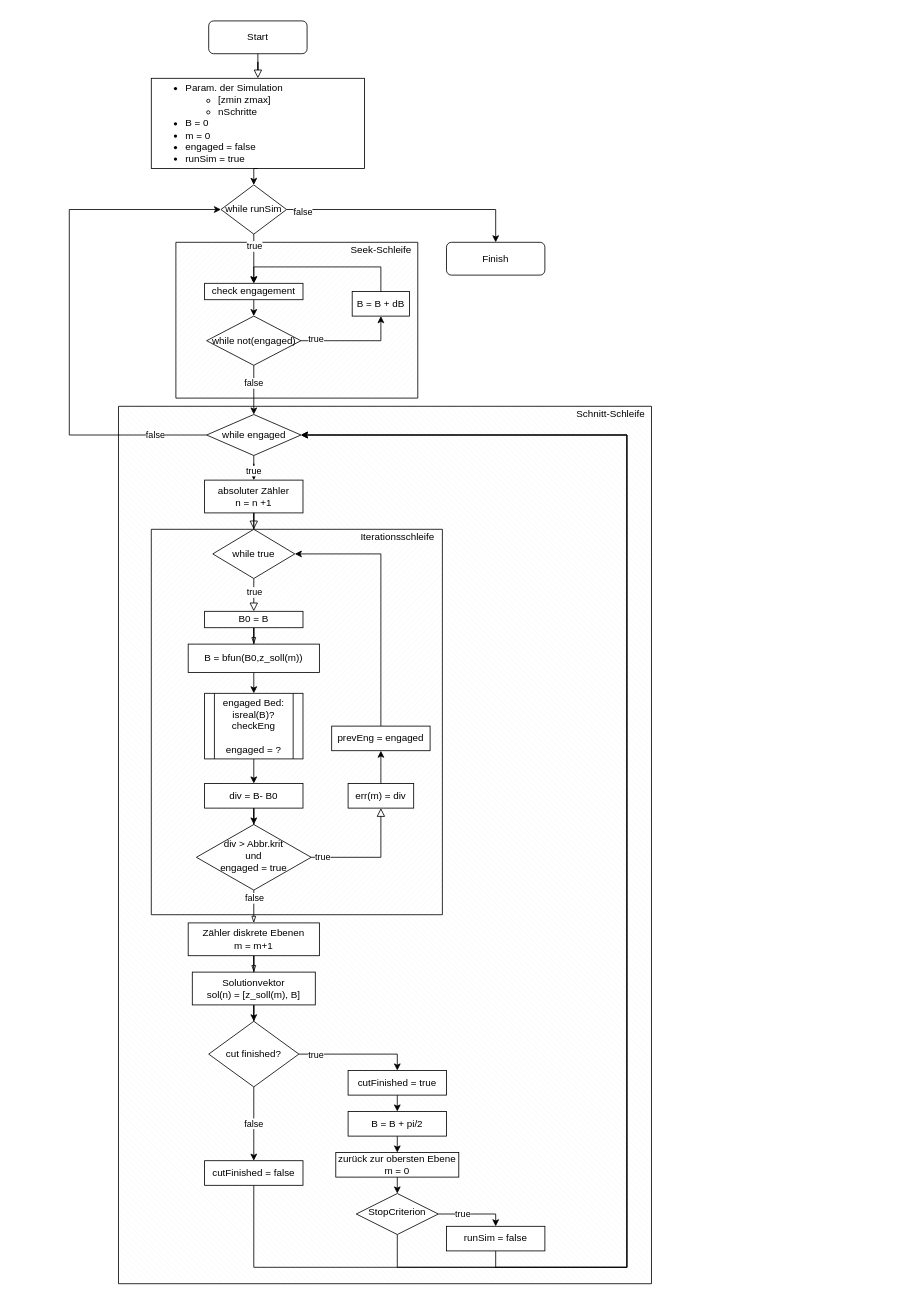
The draw.io diagram methods/vf1/vf1-flowchart.drawio in ChrisCalzolaio/ba, before the edit. Source tidied: cells renumbered, new cells numbered last; positions are measured from the earlier drawing's top-left corner, leaving out a move shared by most shapes. Both pictures are drawn from the tidied source at 82%, with x=0, y=0 at pixel (69, 20).
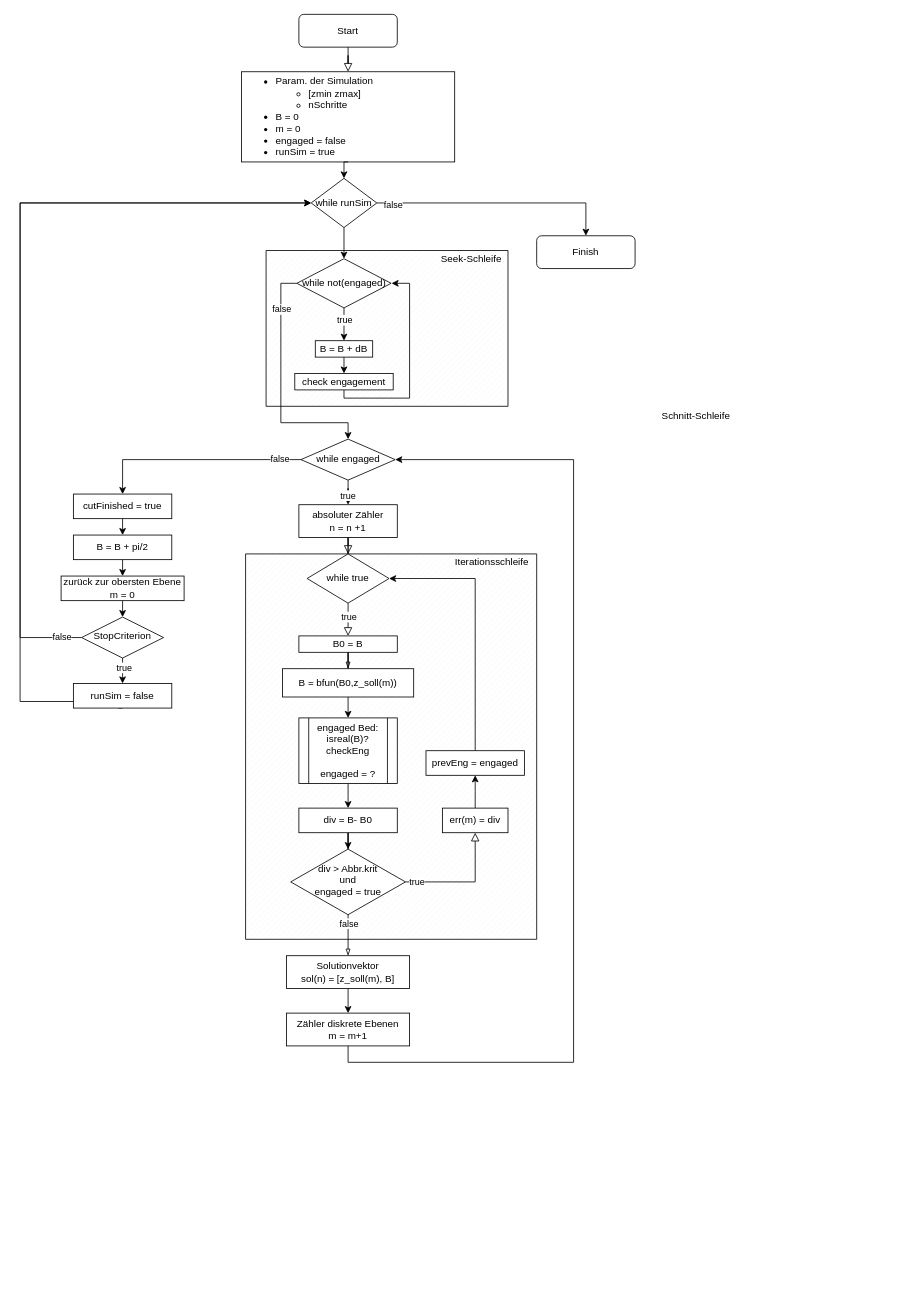
After the change.

Change to the diagram source:
```diff
@@
     <mxCell id="2" style="group;" parent="1" vertex="1">
-      <mxGeometry x="130" y="270" width="295" height="190" as="geometry" />
+      <mxGeometry x="240" y="280" width="295" height="190" as="geometry" />
     </mxCell>
@@
+    <mxCell id="71" style="edgeStyle=orthogonalEdgeStyle;rounded=0;jettySize=auto;html=1;exitX=0.5;exitY=1;exitDx=0;exitDy=0;entryX=0.5;entryY=0;entryDx=0;entryDy=0;" parent="2" edge="1" source="75" target="77">
+      <mxGeometry relative="1" as="geometry" />
+    </mxCell>
+    <mxCell id="78" value="true" style="edgeLabel;html=1;align=center;verticalAlign=middle;" parent="71" vertex="1">
+      <mxGeometry x="-0.29" relative="1" as="geometry" />
+    </mxCell>
+    <mxCell id="75" value="while not(engaged)" style="rhombus;whiteSpace=wrap;html=1;" parent="2" vertex="1">
+      <mxGeometry x="37.5" y="10" width="115" height="60" as="geometry" />
+    </mxCell>
+    <mxCell id="79" style="edgeStyle=orthogonalEdgeStyle;rounded=0;jettySize=auto;html=1;exitX=0.5;exitY=1;exitDx=0;exitDy=0;" parent="2" edge="1" source="54">
+      <mxGeometry relative="1" as="geometry">
+        <mxPoint x="153" y="40" as="targetPoint" />
+        <Array as="points">
+          <mxPoint x="95" y="180" />
+          <mxPoint x="175" y="180" />
+          <mxPoint x="175" y="40" />
+        </Array>
+      </mxGeometry>
+    </mxCell>
+    <mxCell id="54" value="check engagement" style="rounded=0;whiteSpace=wrap;html=1;" parent="2" vertex="1">
+      <mxGeometry x="35" y="150" width="120" height="20" as="geometry" />
+    </mxCell>
+    <mxCell id="76" style="edgeStyle=orthogonalEdgeStyle;rounded=0;jettySize=auto;html=1;exitX=0.5;exitY=1;exitDx=0;exitDy=0;entryX=0.5;entryY=0;entryDx=0;entryDy=0;" parent="2" edge="1" source="77" target="54">
+      <mxGeometry relative="1" as="geometry" />
+    </mxCell>
+    <mxCell id="77" value="B = B + dB" style="rounded=0;whiteSpace=wrap;html=1;" parent="2" vertex="1">
+      <mxGeometry x="60" y="110" width="70" height="20" as="geometry" />
+    </mxCell>
     <mxCell id="5" style="group;" parent="1" vertex="1">
-      <mxGeometry x="60" y="470" width="650" height="1070" as="geometry" />
+      <mxGeometry x="100" y="472" width="910" height="1070" as="geometry" />
     </mxCell>
-    <mxCell id="6" style="verticalLabelPosition=bottom;verticalAlign=top;html=1;shape=mxgraph.basic.patternFillRect;fillStyle=diagRev;step=5;fillStrokeWidth=0.2;fillStrokeColor=#dddddd;align=right;" parent="5" vertex="1">
-      <mxGeometry width="650" height="1070" as="geometry" />
-    </mxCell>
     <mxCell id="7" value="Schnitt-Schleife" style="text;html=1;align=center;verticalAlign=middle;" parent="5" vertex="1">
-      <mxGeometry x="550" width="100" height="20" as="geometry" />
+      <mxGeometry x="613.7" width="100" height="20" as="geometry" />
     </mxCell>
+    <mxCell id="37" value="Zähler diskrete Ebenen&lt;br&gt;m = m+1" style="rounded=0;whiteSpace=wrap;html=1;" parent="5" vertex="1">
+      <mxGeometry x="165" y="738" width="150" height="40" as="geometry" />
+    </mxCell>
     <mxCell id="8" style="group;" parent="1" vertex="1">
-      <mxGeometry x="100" y="620" width="355" height="470" as="geometry" />
+      <mxGeometry x="215" y="650" width="355" height="470" as="geometry" />
     </mxCell>
@@
     <mxCell id="13" value="Start" style="rounded=1;whiteSpace=wrap;html=1;fontSize=12;glass=0;strokeWidth=1;shadow=0;" parent="1" vertex="1">
-      <mxGeometry x="170" width="120" height="40" as="geometry" />
+      <mxGeometry x="280" y="-8" width="120" height="40" as="geometry" />
     </mxCell>
     <mxCell id="14" value="div &amp;gt; Abbr.krit&lt;br&gt;und&lt;br&gt;engaged = true" style="rhombus;whiteSpace=wrap;html=1;shadow=0;fontFamily=Helvetica;fontSize=12;align=center;strokeWidth=1;spacing=6;spacingTop=-4;" parent="1" vertex="1">
-      <mxGeometry x="155" y="980" width="140" height="80" as="geometry" />
+      <mxGeometry x="270" y="1010" width="140" height="80" as="geometry" />
     </mxCell>
     <mxCell id="15" value="&lt;ul&gt;&lt;li&gt;&lt;span&gt;Param. der Simulation&lt;/span&gt;&lt;br&gt;&lt;/li&gt;&lt;ul&gt;&lt;li&gt;[zmin zmax]&lt;/li&gt;&lt;li&gt;nSchritte&lt;/li&gt;&lt;/ul&gt;&lt;li&gt;B = 0&lt;/li&gt;&lt;li&gt;m = 0&lt;/li&gt;&lt;li&gt;engaged = false&lt;/li&gt;&lt;li&gt;runSim = true&lt;/li&gt;&lt;/ul&gt;" style="rounded=0;whiteSpace=wrap;html=1;align=left;" parent="1" vertex="1">
-      <mxGeometry x="100" y="70" width="260" height="110" as="geometry" />
+      <mxGeometry x="210" y="62" width="260" height="110" as="geometry" />
     </mxCell>
@@
     <mxCell id="18" value="B0 = B" style="rounded=0;whiteSpace=wrap;html=1;" parent="1" vertex="1">
-      <mxGeometry x="165" y="720" width="120" height="20" as="geometry" />
+      <mxGeometry x="280" y="750" width="120" height="20" as="geometry" />
     </mxCell>
@@
     <mxCell id="20" value="B = bfun(B0,z_soll(m))" style="rounded=0;whiteSpace=wrap;html=1;" parent="1" vertex="1">
-      <mxGeometry x="145" y="760" width="160" height="34.5" as="geometry" />
+      <mxGeometry x="260" y="790" width="160" height="34.5" as="geometry" />
     </mxCell>
@@
     <mxCell id="24" value="B = B + pi/2" style="rounded=0;whiteSpace=wrap;html=1;" parent="1" vertex="1">
-      <mxGeometry x="340" y="1330" width="120" height="30" as="geometry" />
+      <mxGeometry x="5" y="627" width="120" height="30" as="geometry" />
     </mxCell>
-    <mxCell id="25" style="edgeStyle=orthogonalEdgeStyle;rounded=0;jettySize=auto;html=1;entryX=0.5;entryY=0;entryDx=0;entryDy=0;" parent="1" edge="1" source="26" target="62">
-      <mxGeometry relative="1" as="geometry" />
-    </mxCell>
+    <mxCell id="80" style="edgeStyle=orthogonalEdgeStyle;rounded=0;jettySize=auto;html=1;exitX=0.5;exitY=1;exitDx=0;exitDy=0;entryX=0.5;entryY=0;entryDx=0;entryDy=0;" parent="1" edge="1" source="26" target="37">
+      <mxGeometry relative="1" as="geometry" />
+    </mxCell>
     <mxCell id="26" value="Solutionvektor&lt;br&gt;sol(n) = [z_soll(m), B]" style="rounded=0;whiteSpace=wrap;html=1;" parent="1" vertex="1">
-      <mxGeometry x="150" y="1160" width="150" height="40" as="geometry" />
+      <mxGeometry x="265" y="1140" width="150" height="40" as="geometry" />
     </mxCell>
-    <mxCell id="27" style="edgeStyle=orthogonalEdgeStyle;rounded=0;jettySize=auto;html=1;endArrow=blockThin;endFill=0;" parent="1" edge="1" source="37" target="26">
-      <mxGeometry relative="1" as="geometry" />
-    </mxCell>
-    <mxCell id="28" style="edgeStyle=orthogonalEdgeStyle;rounded=0;jettySize=auto;html=1;exitX=1;exitY=0.5;exitDx=0;exitDy=0;entryX=0.5;entryY=0;entryDx=0;entryDy=0;" parent="1" edge="1" source="31" target="52">
+    <mxCell id="28" style="edgeStyle=orthogonalEdgeStyle;rounded=0;jettySize=auto;html=1;exitX=0.5;exitY=1;exitDx=0;exitDy=0;entryX=0.5;entryY=0;entryDx=0;entryDy=0;" parent="1" edge="1" source="31" target="52">
       <mxGeometry relative="1" as="geometry">
         <Array as="points">
-          <mxPoint x="520" y="1455" />
+          <mxPoint x="65" y="788" />
+          <mxPoint x="65" y="788" />
         </Array>
       </mxGeometry>
     </mxCell>
@@
-    <mxCell id="30" style="edgeStyle=orthogonalEdgeStyle;rounded=0;jettySize=auto;html=1;exitX=0.5;exitY=1;exitDx=0;exitDy=0;entryX=1;entryY=0.5;entryDx=0;entryDy=0;" parent="1" edge="1" source="31" target="42">
-      <mxGeometry relative="1" as="geometry">
-        <Array as="points">
-          <mxPoint x="400" y="1520" />
-          <mxPoint x="680" y="1520" />
-          <mxPoint x="680" y="505" />
-        </Array>
-      </mxGeometry>
-    </mxCell>
+    <mxCell id="81" style="edgeStyle=orthogonalEdgeStyle;rounded=0;jettySize=auto;html=1;exitX=0;exitY=0.5;exitDx=0;exitDy=0;entryX=0;entryY=0.5;entryDx=0;entryDy=0;" parent="1" edge="1" source="31" target="48">
+      <mxGeometry relative="1" as="geometry">
+        <Array as="points">
+          <mxPoint x="-60" y="752" />
+          <mxPoint x="-60" y="222" />
+        </Array>
+      </mxGeometry>
+    </mxCell>
+    <mxCell id="82" value="false" style="edgeLabel;html=1;align=center;verticalAlign=middle;" parent="81" vertex="1">
+      <mxGeometry x="-0.97" y="-2" relative="1" as="geometry">
+        <mxPoint x="-10.7" as="offset" />
+      </mxGeometry>
+    </mxCell>
     <mxCell id="31" value="StopCriterion" style="rhombus;whiteSpace=wrap;html=1;shadow=0;fontFamily=Helvetica;fontSize=12;align=center;strokeWidth=1;spacing=6;spacingTop=-4;" parent="1" vertex="1">
-      <mxGeometry x="350" y="1430" width="100" height="50" as="geometry" />
+      <mxGeometry x="15" y="727" width="100" height="50" as="geometry" />
     </mxCell>
     <mxCell id="32" value="absoluter Zähler&lt;br&gt;n = n +1" style="rounded=0;whiteSpace=wrap;html=1;" parent="1" vertex="1">
-      <mxGeometry x="165" y="560" width="120" height="40" as="geometry" />
+      <mxGeometry x="280" y="590" width="120" height="40" as="geometry" />
     </mxCell>
     <mxCell id="33" value="while true" style="rhombus;whiteSpace=wrap;html=1;" parent="1" vertex="1">
-      <mxGeometry x="175" y="620" width="100" height="60" as="geometry" />
+      <mxGeometry x="290" y="650" width="100" height="60" as="geometry" />
     </mxCell>
@@
     <mxCell id="36" value="div = B- B0" style="rounded=0;whiteSpace=wrap;html=1;" parent="1" vertex="1">
-      <mxGeometry x="165" y="930" width="120" height="30" as="geometry" />
+      <mxGeometry x="280" y="960" width="120" height="30" as="geometry" />
     </mxCell>
-    <mxCell id="37" value="Zähler diskrete Ebenen&lt;br&gt;m = m+1" style="rounded=0;whiteSpace=wrap;html=1;" parent="1" vertex="1">
-      <mxGeometry x="145" y="1100" width="160" height="40" as="geometry" />
-    </mxCell>
-    <mxCell id="38" style="edgeStyle=orthogonalEdgeStyle;rounded=0;jettySize=auto;html=1;endArrow=blockThin;endFill=0;" parent="1" edge="1" source="14" target="37">
+    <mxCell id="38" style="edgeStyle=orthogonalEdgeStyle;rounded=0;jettySize=auto;html=1;endArrow=blockThin;endFill=0;entryX=0.5;entryY=0;entryDx=0;entryDy=0;" parent="1" edge="1" source="14" target="26">
       <mxGeometry relative="1" as="geometry" />
     </mxCell>
@@
-    <mxCell id="40" style="edgeStyle=orthogonalEdgeStyle;rounded=0;jettySize=auto;html=1;entryX=0;entryY=0.5;entryDx=0;entryDy=0;exitX=0;exitY=0.5;exitDx=0;exitDy=0;" parent="1" edge="1" source="42" target="48">
+    <mxCell id="40" style="edgeStyle=orthogonalEdgeStyle;rounded=0;jettySize=auto;html=1;exitX=0;exitY=0.5;exitDx=0;exitDy=0;entryX=0.5;entryY=0;entryDx=0;entryDy=0;" parent="1" edge="1" source="42" target="64">
       <mxGeometry relative="1" as="geometry">
         <Array as="points">
-          <mxPoint y="505" />
-          <mxPoint y="230" />
+          <mxPoint x="65" y="535" />
         </Array>
       </mxGeometry>
     </mxCell>
@@
     <mxCell id="42" value="while engaged" style="rhombus;whiteSpace=wrap;html=1;" parent="1" vertex="1">
-      <mxGeometry x="167.5" y="480" width="115" height="50" as="geometry" />
+      <mxGeometry x="282.5" y="510" width="115" height="50" as="geometry" />
     </mxCell>
@@
     <mxCell id="44" value="err(m) = div" style="rounded=0;whiteSpace=wrap;html=1;" parent="1" vertex="1">
-      <mxGeometry x="340" y="930" width="80" height="30" as="geometry" />
+      <mxGeometry x="455" y="960" width="80" height="30" as="geometry" />
     </mxCell>
     <mxCell id="45" value="true" style="edgeStyle=orthogonalEdgeStyle;rounded=0;html=1;jettySize=auto;fontSize=11;endArrow=block;endFill=0;endSize=8;strokeWidth=1;shadow=0;labelBackgroundColor=#ffffff;entryX=0.5;entryY=1;entryDx=0;entryDy=0;exitX=1;exitY=0.5;exitDx=0;exitDy=0;" parent="1" edge="1" source="14" target="44">
       <mxGeometry x="-0.81" relative="1" as="geometry">
         <Array as="points">
-          <mxPoint x="380" y="1020" />
+          <mxPoint x="495" y="1050" />
         </Array>
       </mxGeometry>
     </mxCell>
@@
+    <mxCell id="83" style="edgeStyle=orthogonalEdgeStyle;rounded=0;jettySize=auto;html=1;exitX=0.5;exitY=1;exitDx=0;exitDy=0;entryX=0.5;entryY=0;entryDx=0;entryDy=0;" parent="1" edge="1" source="48" target="75">
+      <mxGeometry relative="1" as="geometry" />
+    </mxCell>
     <mxCell id="48" value="while runSim" style="rhombus;whiteSpace=wrap;html=1;" parent="1" vertex="1">
-      <mxGeometry x="185" y="200" width="80" height="60" as="geometry" />
+      <mxGeometry x="295" y="192" width="80" height="60" as="geometry" />
     </mxCell>
@@
     <mxCell id="50" value="Finish" style="rounded=1;whiteSpace=wrap;html=1;" parent="1" vertex="1">
-      <mxGeometry x="460" y="270" width="120" height="40" as="geometry" />
+      <mxGeometry x="570" y="262" width="120" height="40" as="geometry" />
     </mxCell>
-    <mxCell id="51" style="edgeStyle=orthogonalEdgeStyle;rounded=0;jettySize=auto;html=1;exitX=0.5;exitY=1;exitDx=0;exitDy=0;entryX=1;entryY=0.5;entryDx=0;entryDy=0;" parent="1" edge="1" source="52" target="42">
-      <mxGeometry relative="1" as="geometry">
-        <Array as="points">
-          <mxPoint x="520" y="1520" />
-          <mxPoint x="680" y="1520" />
-          <mxPoint x="680" y="505" />
-        </Array>
-      </mxGeometry>
-    </mxCell>
+    <mxCell id="84" style="edgeStyle=orthogonalEdgeStyle;rounded=0;jettySize=auto;html=1;exitX=0.5;exitY=1;exitDx=0;exitDy=0;entryX=0;entryY=0.5;entryDx=0;entryDy=0;" parent="1" edge="1" source="52" target="48">
+      <mxGeometry relative="1" as="geometry">
+        <Array as="points">
+          <mxPoint x="60" y="830" />
+          <mxPoint x="-60" y="830" />
+          <mxPoint x="-60" y="222" />
+        </Array>
+      </mxGeometry>
+    </mxCell>
     <mxCell id="52" value="runSim = false" style="rounded=0;whiteSpace=wrap;html=1;" parent="1" vertex="1">
-      <mxGeometry x="460" y="1470" width="120" height="30" as="geometry" />
+      <mxGeometry x="5" y="808" width="120" height="30" as="geometry" />
     </mxCell>
-    <mxCell id="53" style="edgeStyle=orthogonalEdgeStyle;rounded=0;jettySize=auto;html=1;exitX=0.5;exitY=1;exitDx=0;exitDy=0;entryX=0.5;entryY=0;entryDx=0;entryDy=0;" parent="1" edge="1" source="54" target="75">
-      <mxGeometry relative="1" as="geometry" />
-    </mxCell>
-    <mxCell id="54" value="check engagement" style="rounded=0;whiteSpace=wrap;html=1;" parent="1" vertex="1">
-      <mxGeometry x="165" y="320" width="120" height="20" as="geometry" />
-    </mxCell>
-    <mxCell id="55" style="edgeStyle=orthogonalEdgeStyle;rounded=0;jettySize=auto;html=1;exitX=0.5;exitY=1;exitDx=0;exitDy=0;entryX=0.5;entryY=0;entryDx=0;entryDy=0;" parent="1" edge="1" source="48" target="54">
-      <mxGeometry relative="1" as="geometry" />
-    </mxCell>
-    <mxCell id="56" value="true" style="edgeLabel;html=1;align=center;verticalAlign=middle;" parent="55" vertex="1">
-      <mxGeometry x="-0.75" y="-3" relative="1" as="geometry">
-        <mxPoint x="3" y="6.1" as="offset" />
-      </mxGeometry>
-    </mxCell>
     <mxCell id="57" value="prevEng = engaged" style="rounded=0;whiteSpace=wrap;html=1;" parent="1" vertex="1">
-      <mxGeometry x="320" y="860" width="120" height="30" as="geometry" />
+      <mxGeometry x="435" y="890" width="120" height="30" as="geometry" />
     </mxCell>
     <mxCell id="58" style="edgeStyle=orthogonalEdgeStyle;rounded=0;jettySize=auto;html=1;entryX=0.5;entryY=1;entryDx=0;entryDy=0;" parent="1" edge="1" source="44" target="57">
       <mxGeometry relative="1" as="geometry">
         <Array as="points">
-          <mxPoint x="380" y="910" />
-          <mxPoint x="380" y="910" />
+          <mxPoint x="495" y="940" />
+          <mxPoint x="495" y="940" />
         </Array>
       </mxGeometry>
     </mxCell>
-    <mxCell id="59" style="edgeStyle=orthogonalEdgeStyle;rounded=0;jettySize=auto;html=1;entryX=0.5;entryY=0;entryDx=0;entryDy=0;" parent="1" edge="1" source="62" target="64">
-      <mxGeometry relative="1" as="geometry" />
-    </mxCell>
-    <mxCell id="60" value="true" style="edgeLabel;html=1;align=center;verticalAlign=middle;" parent="59" vertex="1">
-      <mxGeometry x="-0.64" y="-2" relative="1" as="geometry">
-        <mxPoint x="-4.1" y="-2" as="offset" />
-      </mxGeometry>
-    </mxCell>
-    <mxCell id="61" value="false" style="edgeStyle=orthogonalEdgeStyle;rounded=0;jettySize=auto;html=1;exitX=0.5;exitY=1;exitDx=0;exitDy=0;entryX=0.5;entryY=0;entryDx=0;entryDy=0;" parent="1" edge="1" source="62" target="66">
-      <mxGeometry relative="1" as="geometry" />
-    </mxCell>
-    <mxCell id="62" value="cut finished?" style="rhombus;whiteSpace=wrap;html=1;" parent="1" vertex="1">
-      <mxGeometry x="170" y="1220" width="110" height="80" as="geometry" />
-    </mxCell>
@@
     <mxCell id="64" value="cutFinished = true" style="rounded=0;whiteSpace=wrap;html=1;" parent="1" vertex="1">
-      <mxGeometry x="340" y="1280" width="120" height="30" as="geometry" />
+      <mxGeometry x="5" y="577" width="120" height="30" as="geometry" />
     </mxCell>
-    <mxCell id="65" style="edgeStyle=orthogonalEdgeStyle;rounded=0;jettySize=auto;html=1;exitX=0.5;exitY=1;exitDx=0;exitDy=0;entryX=1;entryY=0.5;entryDx=0;entryDy=0;" parent="1" edge="1" source="66" target="42">
-      <mxGeometry relative="1" as="geometry">
-        <Array as="points">
-          <mxPoint x="225" y="1520" />
-          <mxPoint x="680" y="1520" />
-          <mxPoint x="680" y="505" />
-        </Array>
-      </mxGeometry>
-    </mxCell>
-    <mxCell id="66" value="cutFinished = false" style="rounded=0;whiteSpace=wrap;html=1;" parent="1" vertex="1">
-      <mxGeometry x="165" y="1390" width="120" height="30" as="geometry" />
-    </mxCell>
@@
     <mxCell id="68" value="zurück zur obersten Ebene&lt;br&gt;m = 0" style="rounded=0;whiteSpace=wrap;html=1;" parent="1" vertex="1">
-      <mxGeometry x="325" y="1380" width="150" height="30" as="geometry" />
+      <mxGeometry x="-10" y="677" width="150" height="30" as="geometry" />
     </mxCell>
@@
     <mxCell id="70" value="&lt;span&gt;engaged Bed:&lt;/span&gt;&lt;br&gt;&lt;span&gt;isreal(B)?&lt;/span&gt;&lt;br&gt;checkEng&lt;br&gt;&lt;br&gt;engaged = ?" style="shape=process;whiteSpace=wrap;html=1;backgroundOutline=1;" parent="1" vertex="1">
-      <mxGeometry x="165" y="820" width="120" height="80" as="geometry" />
+      <mxGeometry x="280" y="850" width="120" height="80" as="geometry" />
     </mxCell>
-    <mxCell id="71" style="edgeStyle=orthogonalEdgeStyle;rounded=0;jettySize=auto;html=1;exitX=1;exitY=0.5;exitDx=0;exitDy=0;entryX=0.5;entryY=1;entryDx=0;entryDy=0;" parent="1" edge="1" source="75" target="77">
-      <mxGeometry relative="1" as="geometry" />
-    </mxCell>
-    <mxCell id="72" value="true" style="edgeLabel;html=1;align=center;verticalAlign=middle;" parent="71" vertex="1">
-      <mxGeometry x="-0.71" y="3" relative="1" as="geometry" />
-    </mxCell>
-    <mxCell id="73" style="edgeStyle=orthogonalEdgeStyle;rounded=0;jettySize=auto;html=1;exitX=0.5;exitY=1;exitDx=0;exitDy=0;entryX=0.5;entryY=0;entryDx=0;entryDy=0;" parent="1" edge="1" source="75" target="42">
-      <mxGeometry relative="1" as="geometry" />
+    <mxCell id="73" style="edgeStyle=orthogonalEdgeStyle;rounded=0;jettySize=auto;html=1;exitX=0;exitY=0.5;exitDx=0;exitDy=0;entryX=0.5;entryY=0;entryDx=0;entryDy=0;" parent="1" edge="1" source="75" target="42">
+      <mxGeometry relative="1" as="geometry">
+        <Array as="points">
+          <mxPoint x="258" y="320" />
+          <mxPoint x="258" y="490" />
+          <mxPoint x="340" y="490" />
+        </Array>
+      </mxGeometry>
     </mxCell>
-    <mxCell id="74" value="false" style="edgeLabel;html=1;align=center;verticalAlign=middle;" parent="73" vertex="1">
-      <mxGeometry x="-0.31" y="-1" relative="1" as="geometry" />
-    </mxCell>
-    <mxCell id="75" value="while not(engaged)" style="rhombus;whiteSpace=wrap;html=1;" parent="1" vertex="1">
-      <mxGeometry x="167.5" y="360" width="115" height="60" as="geometry" />
-    </mxCell>
-    <mxCell id="76" style="edgeStyle=orthogonalEdgeStyle;rounded=0;jettySize=auto;html=1;entryX=0.5;entryY=0;entryDx=0;entryDy=0;exitX=0.5;exitY=0;exitDx=0;exitDy=0;" parent="1" edge="1" source="77" target="54">
-      <mxGeometry relative="1" as="geometry" />
-    </mxCell>
-    <mxCell id="77" value="B = B + dB" style="rounded=0;whiteSpace=wrap;html=1;" parent="1" vertex="1">
-      <mxGeometry x="345" y="330" width="70" height="30" as="geometry" />
-    </mxCell>
+    <mxCell id="85" value="false" style="edgeLabel;html=1;align=center;verticalAlign=middle;" parent="73" vertex="1">
+      <mxGeometry x="-0.65" relative="1" as="geometry" />
+    </mxCell>
+    <mxCell id="86" style="edgeStyle=orthogonalEdgeStyle;rounded=0;jettySize=auto;html=1;exitX=0.5;exitY=1;exitDx=0;exitDy=0;entryX=1;entryY=0.5;entryDx=0;entryDy=0;" parent="1" edge="1" source="37" target="42">
+      <mxGeometry relative="1" as="geometry">
+        <Array as="points">
+          <mxPoint x="340" y="1270" />
+          <mxPoint x="615" y="1270" />
+          <mxPoint x="615" y="535" />
+        </Array>
+      </mxGeometry>
+    </mxCell>
```
